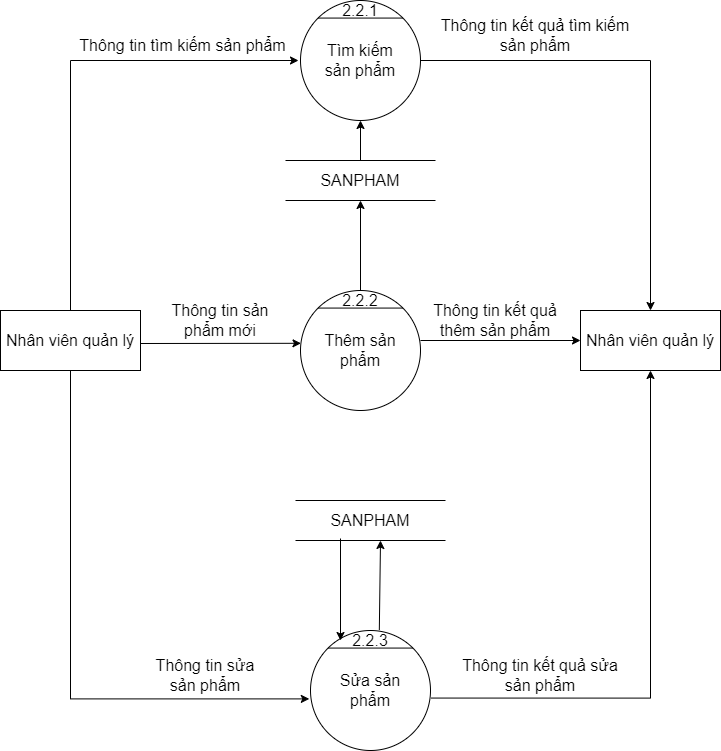
The draw.io diagram BFD&DFD/BFD&DFD mức 0, 1, 2, 3/DFD_2_QLSP.png in hungtadasuke/CoffeShop_SoftwareTechnology, before a commit. Source tidied: cells renumbered, new cells last; positions are measured from the earlier drawing's top-left corner, leaving out a move shared by most shapes.
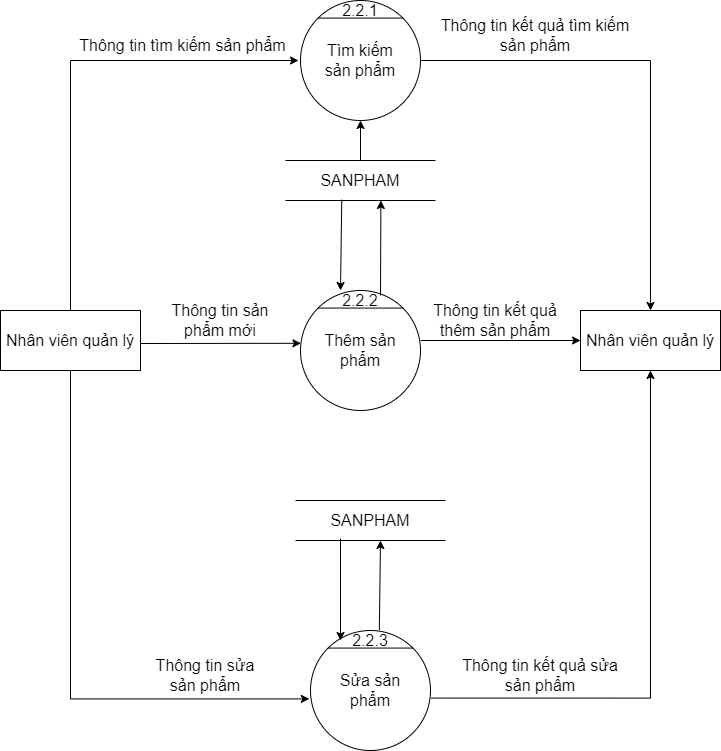
The same diagram one commit later.

Change to the diagram source:
```diff
@@ -95,7 +95,7 @@
     <mxCell id="26" style="endArrow=classic;html=1;rounded=0;fontSize=16;entryX=0.5;entryY=1;entryDx=0;entryDy=0;exitX=0.5;exitY=0;exitDx=0;exitDy=0;" parent="1" edge="1" source="22" target="2">
       <mxGeometry relative="1" as="geometry" />
     </mxCell>
-    <mxCell id="27" style="endArrow=classic;html=1;rounded=0;fontSize=16;entryX=0.5;entryY=1;entryDx=0;entryDy=0;exitX=0.5;exitY=0;exitDx=0;exitDy=0;" parent="1" edge="1" source="14" target="22">
+    <mxCell id="27" style="endArrow=classic;html=1;rounded=0;fontSize=16;entryX=0.636;entryY=1;entryDx=0;entryDy=0;exitX=1;exitY=0.25;exitDx=0;exitDy=0;entryPerimeter=0;" parent="1" edge="1" source="14" target="22">
       <mxGeometry relative="1" as="geometry" />
     </mxCell>
     <mxCell id="28" style="endArrow=classic;html=1;rounded=0;fontSize=16;entryX=0.362;entryY=1.004;entryDx=0;entryDy=0;entryPerimeter=0;exitX=0.647;exitY=-0.02;exitDx=0;exitDy=0;exitPerimeter=0;" parent="1" edge="1" source="15">
@@ -123,5 +123,8 @@
     <mxCell id="34" value="Thông tin kết quả sửa sản phẩm" style="text;html=1;strokeColor=none;fillColor=none;align=center;verticalAlign=middle;whiteSpace=wrap;rounded=0;fontSize=16;" parent="1" vertex="1">
       <mxGeometry x="450" y="655" width="180" height="40" as="geometry" />
     </mxCell>
+    <mxCell id="35" style="endArrow=classic;html=1;rounded=0;fontSize=16;entryX=0;entryY=0;entryDx=0;entryDy=0;exitX=0.375;exitY=0.98;exitDx=0;exitDy=0;exitPerimeter=0;" parent="1" edge="1" source="22" target="14">
+      <mxGeometry relative="1" as="geometry" />
+    </mxCell>
   </root>
 </mxGraphModel>
```
